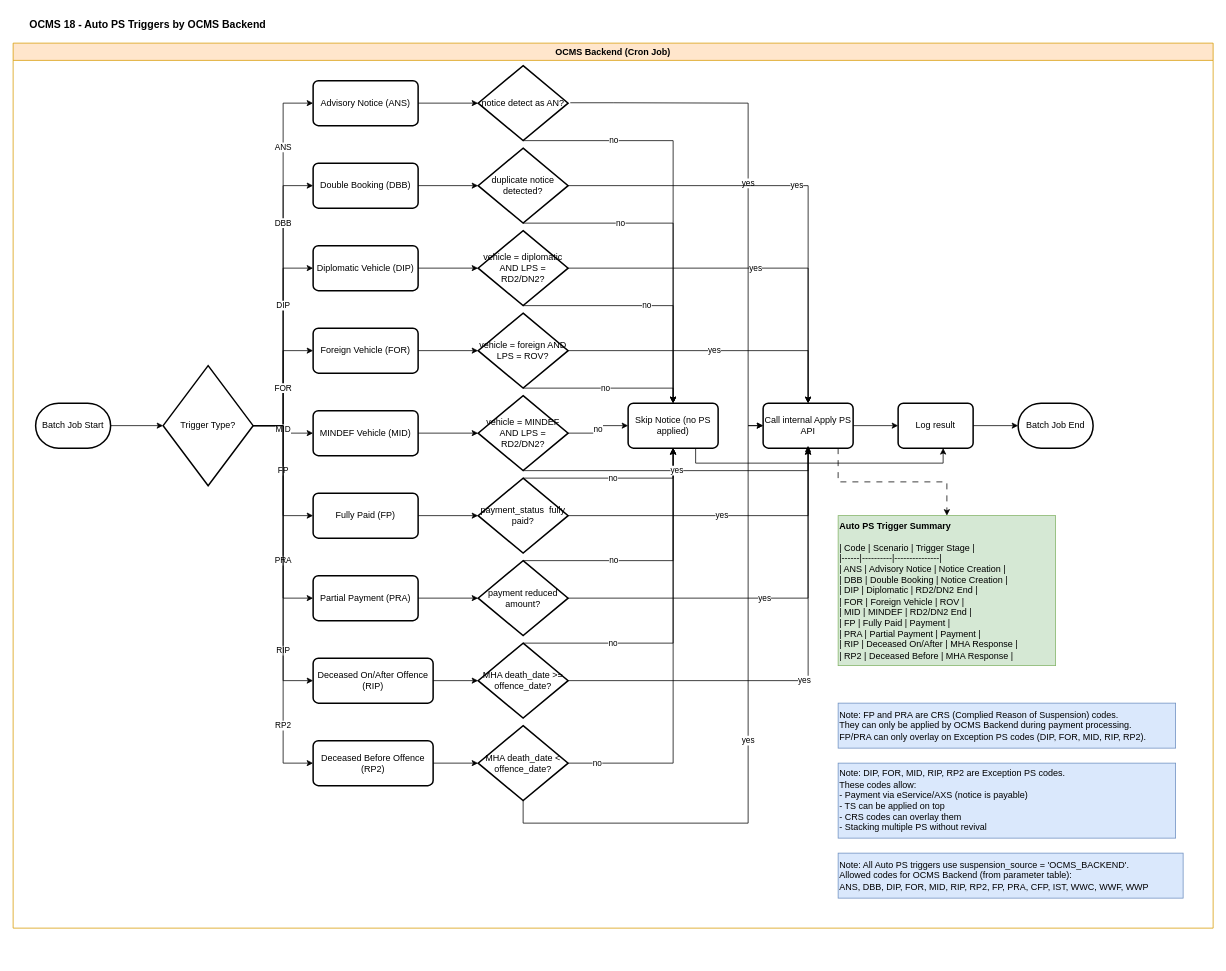
Above: page "Auto_PS_Triggers" (6 of 7) of OCMS 18/OCMS18_PS_Flowchart.drawio in rafifmgg/techdoc (draw.io), before the change. Source tidied: cells renumbered, new cells numbered last; positions are measured from the earlier drawing's top-left corner, leaving out a move shared by most shapes. Both pictures are drawn from the tidied source at 75%, with x=0, y=0 at pixel (13, 13).
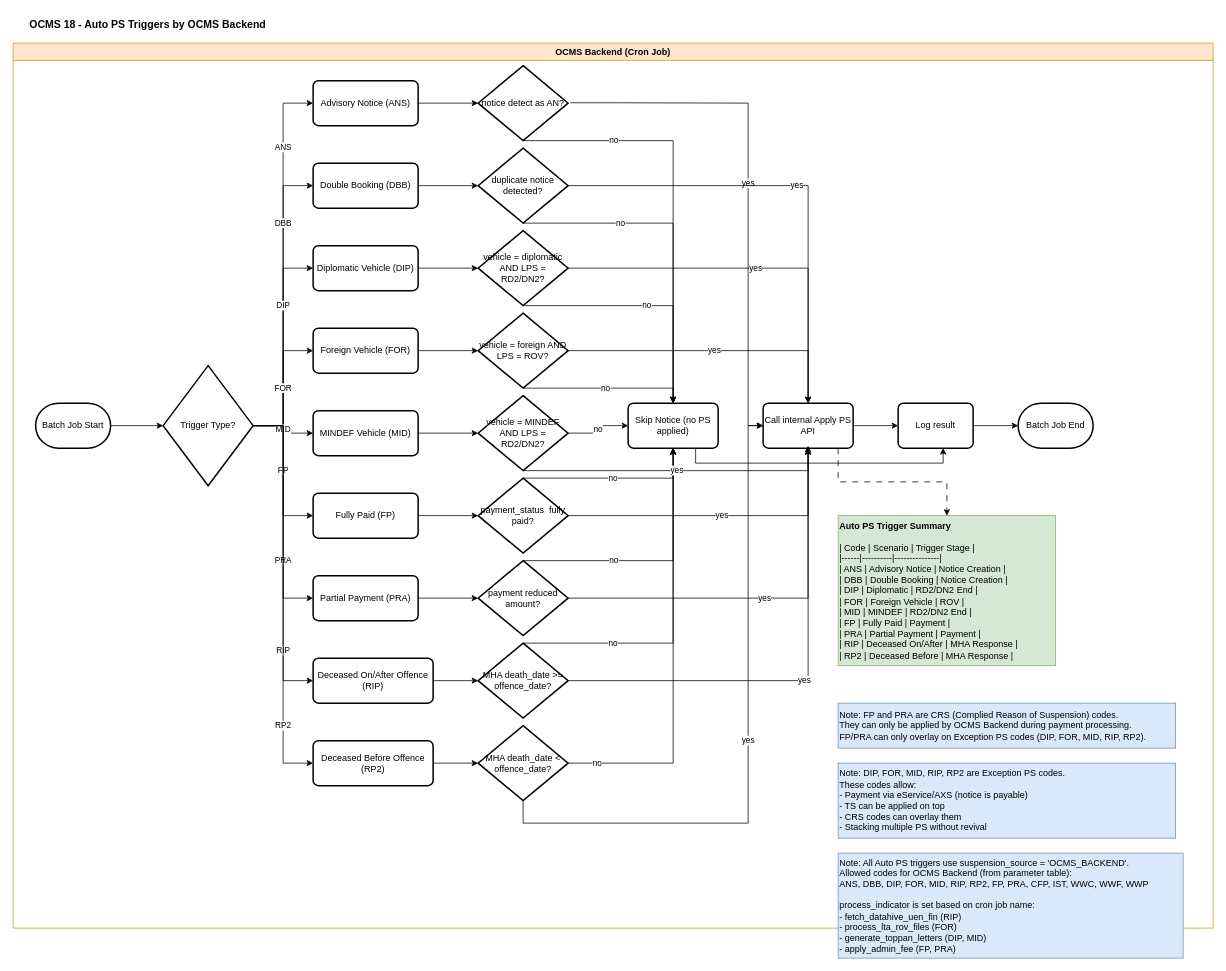
The same page after the edit.

Unchanged cells that the change refers to:
```xml
<mxCell id="3" value="OCMS Backend (Cron Job)" style="swimlane;whiteSpace=wrap;html=1;fillColor=#ffe6cc;strokeColor=#d79b00;" parent="1" vertex="1">
  <mxGeometry y="40" width="1600" height="1180" as="geometry" />
</mxCell>
```

What changed in the source:
```diff
@@
-    <mxCell id="70" value="Note: All Auto PS triggers use suspension_source = 'OCMS_BACKEND'.&lt;div&gt;Allowed codes for OCMS Backend (from parameter table):&lt;/div&gt;&lt;div&gt;ANS, DBB, DIP, FOR, MID, RIP, RP2, FP, PRA, CFP, IST, WWC, WWF, WWP&lt;/div&gt;" style="text;html=1;whiteSpace=wrap;strokeColor=#6c8ebf;fillColor=#dae8fc;align=left;verticalAlign=middle;rounded=0;" parent="3" vertex="1">
-      <mxGeometry x="1100" y="1080" width="460" height="60" as="geometry" />
+    <mxCell id="70" value="Note: All Auto PS triggers use suspension_source = 'OCMS_BACKEND'.&lt;div&gt;Allowed codes for OCMS Backend (from parameter table):&lt;/div&gt;&lt;div&gt;ANS, DBB, DIP, FOR, MID, RIP, RP2, FP, PRA, CFP, IST, WWC, WWF, WWP&lt;/div&gt;&lt;div&gt;&lt;br&gt;&lt;/div&gt;&lt;div&gt;process_indicator is set based on cron job name:&lt;/div&gt;&lt;div&gt;- fetch_datahive_uen_fin (RIP)&lt;/div&gt;&lt;div&gt;- process_lta_rov_files (FOR)&lt;/div&gt;&lt;div&gt;- generate_toppan_letters (DIP, MID)&lt;/div&gt;&lt;div&gt;- apply_admin_fee (FP, PRA)&lt;/div&gt;" style="text;html=1;whiteSpace=wrap;strokeColor=#6c8ebf;fillColor=#dae8fc;align=left;verticalAlign=middle;rounded=0;" parent="3" vertex="1">
+      <mxGeometry x="1100" y="1080" width="460" height="140" as="geometry" />
     </mxCell>
```
